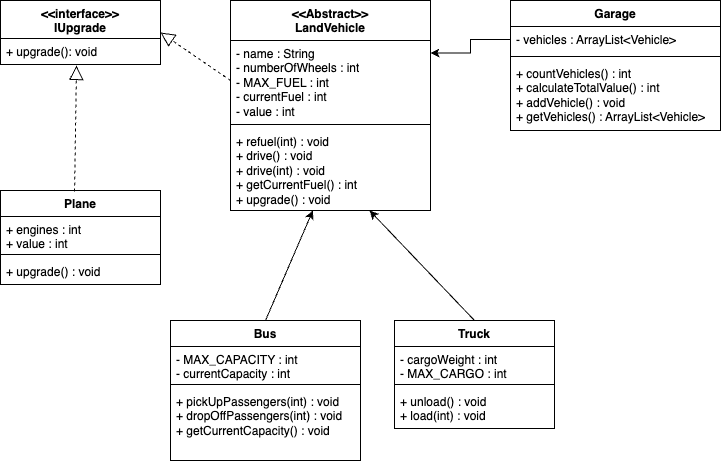
The draw.io diagram Diagram.drawio.png in TDD66/PolymorphismLab, before a commit. Source tidied: cells renumbered, new cells last; positions are measured from the earlier drawing's top-left corner, leaving out a move shared by most shapes.
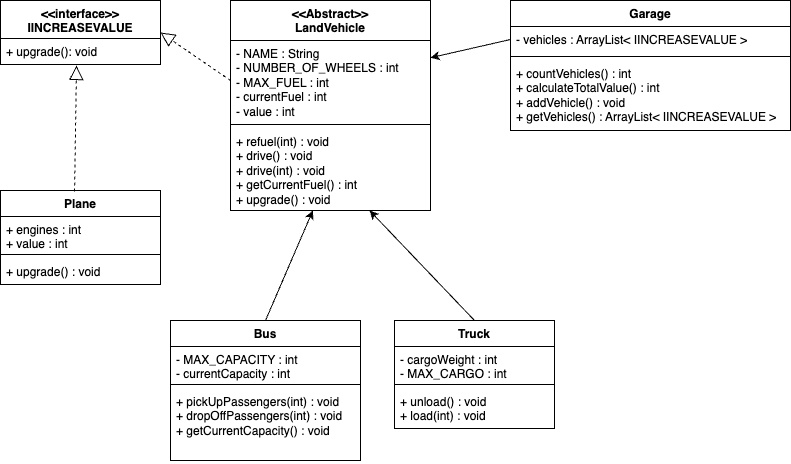
After the commit.

Change to the diagram source:
```diff
@@ -5,7 +5,7 @@
     <mxCell id="2" value="&amp;lt;&amp;lt;Abstract&amp;gt;&amp;gt;&lt;br&gt;LandVehicle" style="swimlane;fontStyle=1;align=center;verticalAlign=top;horizontal=1;startSize=40;whiteSpace=wrap;html=1;" parent="1" vertex="1">
       <mxGeometry x="230" width="200" height="210" as="geometry" />
     </mxCell>
-    <mxCell id="3" value="- name : String&lt;br&gt;- numberOfWheels : int&lt;br&gt;- MAX_FUEL : int&lt;br&gt;- currentFuel : int&lt;br&gt;- value : int" style="text;strokeColor=none;fillColor=none;align=left;verticalAlign=top;spacingLeft=4;spacingRight=4;overflow=hidden;points=[[0,0.5],[1,0.5]];portConstraint=eastwest;whiteSpace=wrap;html=1;" parent="2" vertex="1">
+    <mxCell id="3" value="- NAME : String&lt;br&gt;- NUMBER_OF_WHEELS : int&lt;br&gt;- MAX_FUEL : int&lt;br&gt;- currentFuel : int&lt;br&gt;- value : int" style="text;strokeColor=none;fillColor=none;align=left;verticalAlign=top;spacingLeft=4;spacingRight=4;overflow=hidden;points=[[0,0.5],[1,0.5]];portConstraint=eastwest;whiteSpace=wrap;html=1;" parent="2" vertex="1">
       <mxGeometry y="40" width="200" height="80" as="geometry" />
     </mxCell>
     <mxCell id="4" style="line;strokeWidth=1;fillColor=none;align=left;verticalAlign=middle;spacingTop=-1;spacingLeft=3;spacingRight=3;labelPosition=right;strokeColor=inherit;" parent="2" vertex="1">
@@ -15,16 +15,16 @@
       <mxGeometry y="128" width="200" height="82" as="geometry" />
     </mxCell>
     <mxCell id="6" value="Garage" style="swimlane;fontStyle=1;align=center;verticalAlign=top;horizontal=1;startSize=26;whiteSpace=wrap;html=1;" parent="1" vertex="1">
-      <mxGeometry x="510" width="210" height="130" as="geometry" />
+      <mxGeometry x="510" width="280" height="130" as="geometry" />
     </mxCell>
-    <mxCell id="7" value="- vehicles : ArrayList&amp;lt;Vehicle&amp;gt;" style="text;strokeColor=none;fillColor=none;align=left;verticalAlign=top;spacingLeft=4;spacingRight=4;overflow=hidden;points=[[0,0.5],[1,0.5]];portConstraint=eastwest;whiteSpace=wrap;html=1;" parent="6" vertex="1">
-      <mxGeometry y="26" width="210" height="26" as="geometry" />
+    <mxCell id="7" value="- vehicles : ArrayList&amp;lt;&amp;nbsp;IINCREASEVALUE&amp;nbsp;&amp;gt;" style="text;strokeColor=none;fillColor=none;align=left;verticalAlign=top;spacingLeft=4;spacingRight=4;overflow=hidden;points=[[0,0.5],[1,0.5]];portConstraint=eastwest;whiteSpace=wrap;html=1;" parent="6" vertex="1">
+      <mxGeometry y="26" width="280" height="26" as="geometry" />
     </mxCell>
     <mxCell id="8" style="line;strokeWidth=1;fillColor=none;align=left;verticalAlign=middle;spacingTop=-1;spacingLeft=3;spacingRight=3;labelPosition=right;strokeColor=inherit;" parent="6" vertex="1">
-      <mxGeometry y="52" width="210" height="8" as="geometry" />
+      <mxGeometry y="52" width="280" height="8" as="geometry" />
     </mxCell>
-    <mxCell id="9" value="+ countVehicles() : int&lt;br&gt;+ calculateTotalValue() : int&lt;br&gt;+ addVehicle() : void&lt;br&gt;+ getVehicles() : ArrayList&amp;lt;Vehicle&amp;gt;" style="text;strokeColor=none;fillColor=none;align=left;verticalAlign=top;spacingLeft=4;spacingRight=4;overflow=hidden;whiteSpace=wrap;html=1;" parent="6" vertex="1">
-      <mxGeometry y="60" width="210" height="70" as="geometry" />
+    <mxCell id="9" value="+ countVehicles() : int&lt;br&gt;+ calculateTotalValue() : int&lt;br&gt;+ addVehicle() : void&lt;br&gt;+ getVehicles() : ArrayList&amp;lt;&amp;nbsp;IINCREASEVALUE&amp;nbsp;&amp;gt;" style="text;strokeColor=none;fillColor=none;align=left;verticalAlign=top;spacingLeft=4;spacingRight=4;overflow=hidden;whiteSpace=wrap;html=1;" parent="6" vertex="1">
+      <mxGeometry y="60" width="280" height="70" as="geometry" />
     </mxCell>
     <mxCell id="10" value="Bus" style="swimlane;fontStyle=1;align=center;verticalAlign=top;horizontal=1;startSize=26;whiteSpace=wrap;html=1;" parent="1" vertex="1">
       <mxGeometry x="170" y="320" width="190" height="140" as="geometry" />
@@ -56,15 +56,12 @@
     <mxCell id="19" style="endArrow=classic;html=1;rounded=0;exitX=0.5;exitY=0;exitDx=0;exitDy=0;" parent="1" edge="1" source="14" target="5">
       <mxGeometry relative="1" as="geometry" />
     </mxCell>
-    <mxCell id="20" value="&amp;lt;&amp;lt;interface&amp;gt;&amp;gt;&lt;br&gt;IUpgrade" style="swimlane;fontStyle=1;align=center;verticalAlign=top;horizontal=1;startSize=38;whiteSpace=wrap;html=1;" parent="1" vertex="1">
+    <mxCell id="20" value="&amp;lt;&amp;lt;interface&amp;gt;&amp;gt;&lt;br&gt;IINCREASEVALUE" style="swimlane;fontStyle=1;align=center;verticalAlign=top;horizontal=1;startSize=38;whiteSpace=wrap;html=1;" parent="1" vertex="1">
       <mxGeometry width="160" height="64" as="geometry" />
     </mxCell>
     <mxCell id="21" value="+ upgrade(): void" style="text;strokeColor=none;fillColor=none;align=left;verticalAlign=top;spacingLeft=4;spacingRight=4;overflow=hidden;points=[[0,0.5],[1,0.5]];portConstraint=eastwest;whiteSpace=wrap;html=1;" parent="20" vertex="1">
       <mxGeometry y="38" width="160" height="26" as="geometry" />
     </mxCell>
-    <mxCell id="22" style="edgeStyle=orthogonalEdgeStyle;rounded=0;jettySize=auto;html=1;entryX=1;entryY=0.25;entryDx=0;entryDy=0;" parent="1" edge="1" source="7" target="2">
-      <mxGeometry relative="1" as="geometry" />
-    </mxCell>
     <mxCell id="23" value="Plane" style="swimlane;fontStyle=1;align=center;verticalAlign=top;horizontal=1;startSize=26;whiteSpace=wrap;html=1;" parent="1" vertex="1">
       <mxGeometry y="190" width="160" height="94" as="geometry" />
     </mxCell>
@@ -83,5 +80,8 @@
     <mxCell id="28" style="endArrow=block;dashed=1;endFill=0;endSize=12;html=1;rounded=0;exitX=0;exitY=0.5;exitDx=0;exitDy=0;entryX=1;entryY=0.5;entryDx=0;entryDy=0;" parent="1" edge="1" source="3" target="20">
       <mxGeometry relative="1" as="geometry" />
     </mxCell>
+    <mxCell id="29" style="endArrow=classic;html=1;rounded=0;exitX=0;exitY=0.5;exitDx=0;exitDy=0;" parent="1" edge="1" source="7" target="3">
+      <mxGeometry relative="1" as="geometry" />
+    </mxCell>
   </root>
 </mxGraphModel>
```
